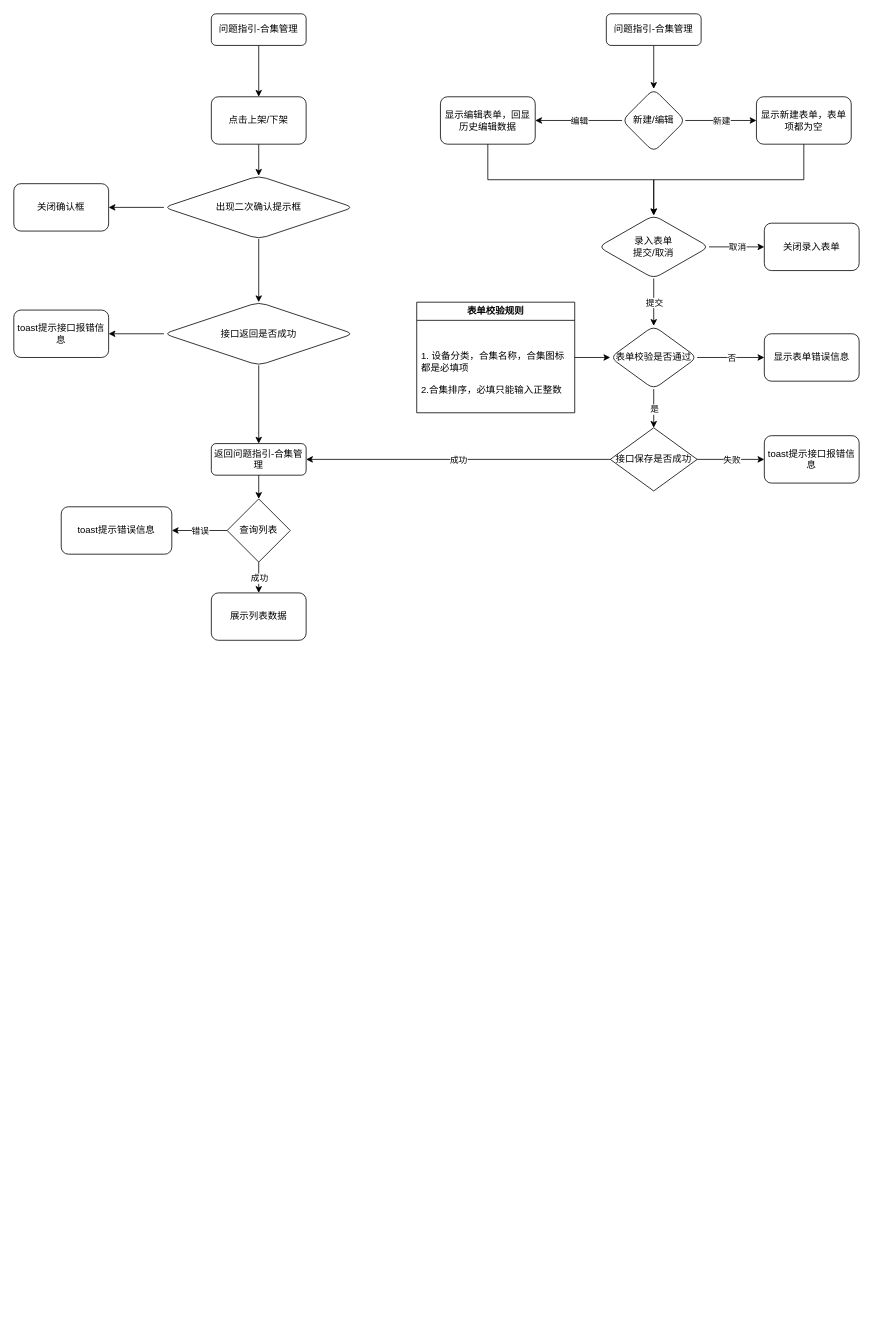
The draw.io diagram 问题指引.drawio in BwinYang/bwinyang, before the edit. Source tidied: cells renumbered, new cells numbered last; positions are measured from the earlier drawing's top-left corner, leaving out a move shared by most shapes. Both pictures are drawn from the tidied source at 79%, with x=0, y=0 at pixel (13, 13).
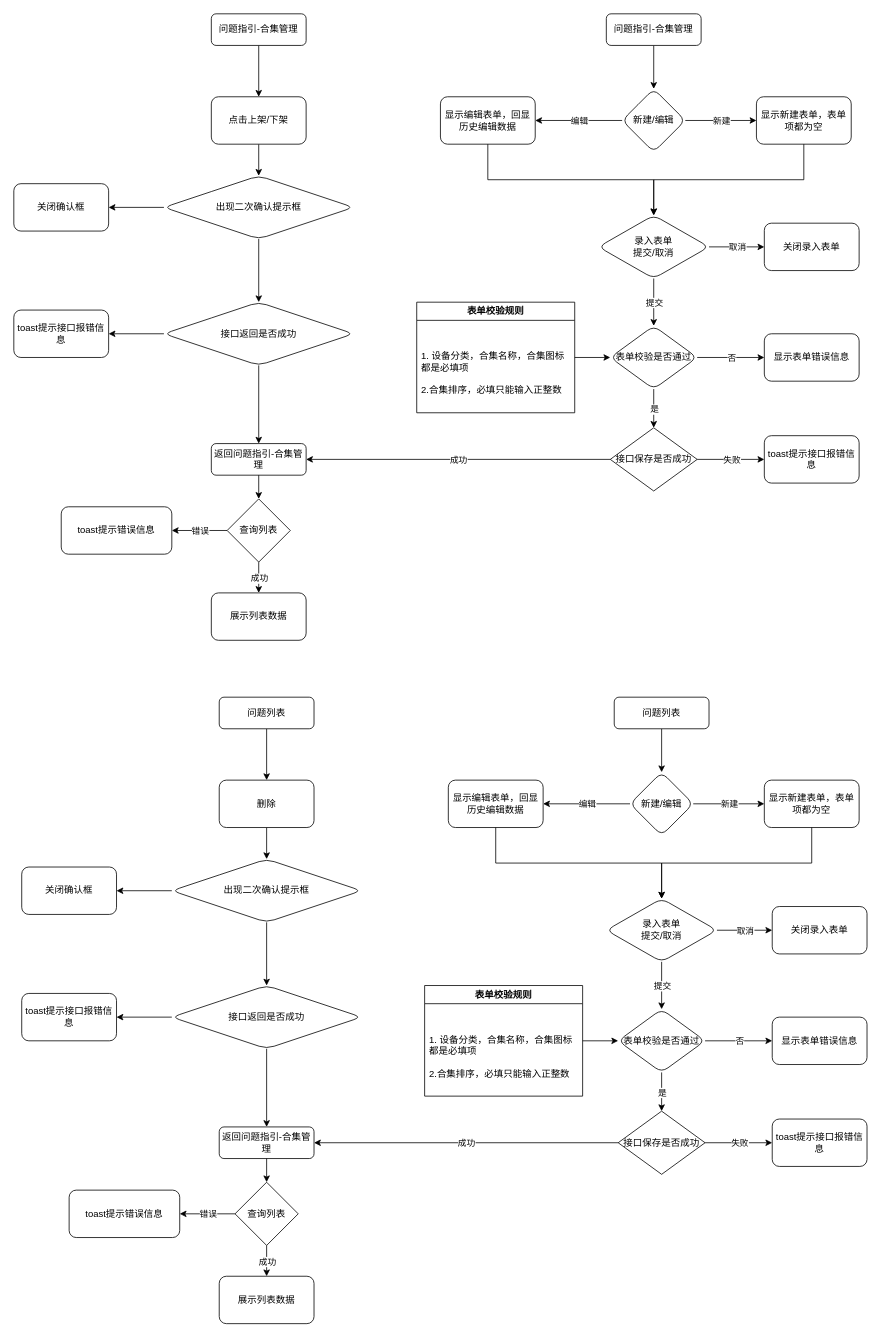
Above is the later version.

Commit message (it also covers changes not shown here):
更新问题指引.drawio

The edit, as a diff of the source:
```diff
@@
+    <mxCell id="55" style="edgeStyle=orthogonalEdgeStyle;rounded=0;jettySize=auto;html=1;exitX=0.5;exitY=1;exitDx=0;exitDy=0;" parent="1" edge="1" source="58" target="56">
+      <mxGeometry relative="1" as="geometry" />
+    </mxCell>
+    <mxCell id="56" value="新建/编辑" style="rhombus;whiteSpace=wrap;html=1;rounded=1;glass=0;strokeWidth=1;shadow=0;" parent="1" vertex="1">
+      <mxGeometry x="780" y="960" width="80" height="80" as="geometry" />
+    </mxCell>
+    <mxCell id="57" value="显示新建表单，表单项都为空" style="rounded=1;whiteSpace=wrap;html=1;glass=0;strokeWidth=1;shadow=0;" parent="1" vertex="1">
+      <mxGeometry x="950" y="970" width="120" height="60" as="geometry" />
+    </mxCell>
+    <mxCell id="58" value="问题列表" style="rounded=1;whiteSpace=wrap;html=1;fontSize=12;glass=0;strokeWidth=1;shadow=0;" parent="1" vertex="1">
+      <mxGeometry x="760" y="865" width="120" height="40" as="geometry" />
+    </mxCell>
+    <mxCell id="59" value="显示编辑表单，回显历史编辑数据" style="rounded=1;whiteSpace=wrap;html=1;glass=0;strokeWidth=1;shadow=0;" parent="1" vertex="1">
+      <mxGeometry x="550" y="970" width="120" height="60" as="geometry" />
+    </mxCell>
+    <mxCell id="60" value="录入表单&lt;br&gt;提交/取消" style="rhombus;whiteSpace=wrap;html=1;rounded=1;glass=0;strokeWidth=1;shadow=0;" parent="1" vertex="1">
+      <mxGeometry x="750" y="1120" width="140" height="80" as="geometry" />
+    </mxCell>
+    <mxCell id="61" value="表单校验是否通过" style="rhombus;whiteSpace=wrap;html=1;rounded=1;glass=0;strokeWidth=1;shadow=0;" parent="1" vertex="1">
+      <mxGeometry x="765" y="1260" width="110" height="80" as="geometry" />
+    </mxCell>
+    <mxCell id="62" value="接口保存是否成功" style="rhombus;whiteSpace=wrap;html=1;" parent="1" vertex="1">
+      <mxGeometry x="765" y="1389" width="110" height="80" as="geometry" />
+    </mxCell>
+    <mxCell id="63" value="关闭录入表单" style="whiteSpace=wrap;html=1;rounded=1;glass=0;strokeWidth=1;shadow=0;" parent="1" vertex="1">
+      <mxGeometry x="960" y="1130" width="120" height="60" as="geometry" />
+    </mxCell>
+    <mxCell id="64" value="显示表单错误信息" style="whiteSpace=wrap;html=1;rounded=1;glass=0;strokeWidth=1;shadow=0;" parent="1" vertex="1">
+      <mxGeometry x="960" y="1270" width="120" height="60" as="geometry" />
+    </mxCell>
+    <mxCell id="65" value="toast提示接口报错信息" style="rounded=1;whiteSpace=wrap;html=1;" parent="1" vertex="1">
+      <mxGeometry x="960" y="1399" width="120" height="60" as="geometry" />
+    </mxCell>
+    <mxCell id="66" value="返回问题指引-合集管理" style="rounded=1;whiteSpace=wrap;html=1;fontSize=12;glass=0;strokeWidth=1;shadow=0;" parent="1" vertex="1">
+      <mxGeometry x="260" y="1409" width="120" height="40" as="geometry" />
+    </mxCell>
+    <mxCell id="67" style="endArrow=classic;html=1;rounded=0;entryX=0.5;entryY=0;entryDx=0;entryDy=0;exitX=0.5;exitY=1;exitDx=0;exitDy=0;" parent="1" edge="1" source="66" target="68">
+      <mxGeometry relative="1" as="geometry" />
+    </mxCell>
+    <mxCell id="68" value="查询列表" style="rhombus;whiteSpace=wrap;html=1;" parent="1" vertex="1">
+      <mxGeometry x="280" y="1479" width="80" height="80" as="geometry" />
+    </mxCell>
+    <mxCell id="69" value="toast提示错误信息" style="whiteSpace=wrap;html=1;rounded=1;" parent="1" vertex="1">
+      <mxGeometry x="70" y="1489" width="140" height="60" as="geometry" />
+    </mxCell>
+    <mxCell id="70" value="展示列表数据" style="rounded=1;whiteSpace=wrap;html=1;" parent="1" vertex="1">
+      <mxGeometry x="260" y="1598" width="120" height="60" as="geometry" />
+    </mxCell>
+    <mxCell id="71" style="endArrow=classic;html=1;rounded=0;edgeStyle=orthogonalEdgeStyle;exitX=0;exitY=0.5;exitDx=0;exitDy=0;entryX=1;entryY=0.5;entryDx=0;entryDy=0;" parent="1" edge="1" source="68" target="69">
+      <mxGeometry relative="1" as="geometry" />
+    </mxCell>
+    <mxCell id="72" value="错误" style="edgeLabel;html=1;align=center;verticalAlign=middle;" parent="71" vertex="1">
+      <mxGeometry relative="1" as="geometry" />
+    </mxCell>
+    <mxCell id="73" style="endArrow=classic;html=1;rounded=0;edgeStyle=orthogonalEdgeStyle;exitX=0.5;exitY=1;exitDx=0;exitDy=0;entryX=0.5;entryY=0;entryDx=0;entryDy=0;" parent="1" edge="1" source="68" target="70">
+      <mxGeometry relative="1" as="geometry" />
+    </mxCell>
+    <mxCell id="74" value="成功" style="edgeLabel;html=1;align=center;verticalAlign=middle;" parent="73" vertex="1">
+      <mxGeometry relative="1" as="geometry" />
+    </mxCell>
+    <mxCell id="75" style="endArrow=classic;html=1;rounded=0;edgeStyle=orthogonalEdgeStyle;exitX=0;exitY=0.5;exitDx=0;exitDy=0;entryX=1;entryY=0.5;entryDx=0;entryDy=0;" parent="1" edge="1" source="56" target="59">
+      <mxGeometry relative="1" as="geometry" />
+    </mxCell>
+    <mxCell id="76" value="编辑" style="edgeLabel;html=1;align=center;verticalAlign=middle;" parent="75" vertex="1">
+      <mxGeometry relative="1" as="geometry" />
+    </mxCell>
+    <mxCell id="77" style="endArrow=classic;html=1;rounded=0;edgeStyle=orthogonalEdgeStyle;exitX=0.5;exitY=1;exitDx=0;exitDy=0;entryX=0.5;entryY=0;entryDx=0;entryDy=0;" parent="1" edge="1" source="59" target="60">
+      <mxGeometry relative="1" as="geometry" />
+    </mxCell>
+    <mxCell id="78" style="endArrow=classic;html=1;rounded=0;edgeStyle=orthogonalEdgeStyle;exitX=1;exitY=0.5;exitDx=0;exitDy=0;entryX=0;entryY=0.5;entryDx=0;entryDy=0;" parent="1" edge="1" source="62" target="65">
+      <mxGeometry relative="1" as="geometry" />
+    </mxCell>
+    <mxCell id="79" value="失败" style="edgeLabel;html=1;align=center;verticalAlign=middle;" parent="78" vertex="1">
+      <mxGeometry relative="1" as="geometry" />
+    </mxCell>
+    <mxCell id="80" style="endArrow=classic;html=1;rounded=0;edgeStyle=orthogonalEdgeStyle;exitX=1;exitY=0.5;exitDx=0;exitDy=0;entryX=0;entryY=0.5;entryDx=0;entryDy=0;" parent="1" edge="1" source="61" target="64">
+      <mxGeometry relative="1" as="geometry" />
+    </mxCell>
+    <mxCell id="81" value="否" style="edgeLabel;html=1;align=center;verticalAlign=middle;" parent="80" vertex="1">
+      <mxGeometry relative="1" as="geometry" />
+    </mxCell>
+    <mxCell id="82" style="endArrow=classic;html=1;rounded=0;edgeStyle=orthogonalEdgeStyle;exitX=1;exitY=0.5;exitDx=0;exitDy=0;entryX=0;entryY=0.5;entryDx=0;entryDy=0;" parent="1" edge="1" source="60" target="63">
+      <mxGeometry relative="1" as="geometry" />
+    </mxCell>
+    <mxCell id="83" value="取消" style="edgeLabel;html=1;align=center;verticalAlign=middle;" parent="82" vertex="1">
+      <mxGeometry relative="1" as="geometry" />
+    </mxCell>
+    <mxCell id="84" style="endArrow=classic;html=1;rounded=0;edgeStyle=orthogonalEdgeStyle;exitX=1;exitY=0.5;exitDx=0;exitDy=0;entryX=0;entryY=0.5;entryDx=0;entryDy=0;" parent="1" edge="1" source="56" target="57">
+      <mxGeometry relative="1" as="geometry" />
+    </mxCell>
+    <mxCell id="85" value="新建" style="edgeLabel;html=1;align=center;verticalAlign=middle;" parent="84" vertex="1">
+      <mxGeometry relative="1" as="geometry" />
+    </mxCell>
+    <mxCell id="86" style="endArrow=classic;html=1;rounded=0;edgeStyle=orthogonalEdgeStyle;exitX=0.5;exitY=1;exitDx=0;exitDy=0;entryX=0.5;entryY=0;entryDx=0;entryDy=0;" parent="1" edge="1" source="57" target="60">
+      <mxGeometry relative="1" as="geometry">
+        <Array as="points">
+          <mxPoint x="1010" y="1075" />
+          <mxPoint x="820" y="1075" />
+        </Array>
+      </mxGeometry>
+    </mxCell>
+    <mxCell id="87" style="endArrow=classic;html=1;rounded=0;edgeStyle=orthogonalEdgeStyle;exitX=0.5;exitY=1;exitDx=0;exitDy=0;entryX=0.5;entryY=0;entryDx=0;entryDy=0;" parent="1" edge="1" source="60" target="61">
+      <mxGeometry relative="1" as="geometry" />
+    </mxCell>
+    <mxCell id="88" value="提交" style="edgeLabel;html=1;align=center;verticalAlign=middle;" parent="87" vertex="1">
+      <mxGeometry relative="1" as="geometry" />
+    </mxCell>
+    <mxCell id="89" style="endArrow=classic;html=1;rounded=0;edgeStyle=orthogonalEdgeStyle;exitX=0.5;exitY=1;exitDx=0;exitDy=0;entryX=0.5;entryY=0;entryDx=0;entryDy=0;" parent="1" edge="1" source="61" target="62">
+      <mxGeometry relative="1" as="geometry" />
+    </mxCell>
+    <mxCell id="90" value="是" style="edgeLabel;html=1;align=center;verticalAlign=middle;" parent="89" vertex="1">
+      <mxGeometry relative="1" as="geometry" />
+    </mxCell>
+    <mxCell id="91" style="endArrow=classic;html=1;rounded=0;edgeStyle=orthogonalEdgeStyle;exitX=0;exitY=0.5;exitDx=0;exitDy=0;entryX=1;entryY=0.5;entryDx=0;entryDy=0;" parent="1" edge="1" source="62" target="66">
+      <mxGeometry relative="1" as="geometry" />
+    </mxCell>
+    <mxCell id="92" value="成功" style="edgeLabel;html=1;align=center;verticalAlign=middle;" parent="91" vertex="1">
+      <mxGeometry relative="1" as="geometry" />
+    </mxCell>
+    <mxCell id="93" style="edgeStyle=orthogonalEdgeStyle;rounded=0;jettySize=auto;html=1;" parent="1" edge="1" source="94" target="96">
+      <mxGeometry relative="1" as="geometry" />
+    </mxCell>
+    <mxCell id="94" value="问题列表" style="rounded=1;whiteSpace=wrap;html=1;fontSize=12;glass=0;strokeWidth=1;shadow=0;" parent="1" vertex="1">
+      <mxGeometry x="260" y="865" width="120" height="40" as="geometry" />
+    </mxCell>
+    <mxCell id="95" style="edgeStyle=orthogonalEdgeStyle;rounded=0;jettySize=auto;html=1;" parent="1" edge="1" source="96" target="99">
+      <mxGeometry relative="1" as="geometry" />
+    </mxCell>
+    <mxCell id="96" value="删除" style="whiteSpace=wrap;html=1;rounded=1;glass=0;strokeWidth=1;shadow=0;" parent="1" vertex="1">
+      <mxGeometry x="260" y="970" width="120" height="60" as="geometry" />
+    </mxCell>
+    <mxCell id="97" style="edgeStyle=orthogonalEdgeStyle;rounded=0;jettySize=auto;html=1;" parent="1" edge="1" source="99" target="100">
+      <mxGeometry relative="1" as="geometry" />
+    </mxCell>
+    <mxCell id="98" style="edgeStyle=orthogonalEdgeStyle;rounded=0;jettySize=auto;html=1;" parent="1" edge="1" source="99" target="103">
+      <mxGeometry relative="1" as="geometry" />
+    </mxCell>
+    <mxCell id="99" value="出现二次确认提示框" style="rhombus;whiteSpace=wrap;html=1;rounded=1;glass=0;strokeWidth=1;shadow=0;" parent="1" vertex="1">
+      <mxGeometry x="200" y="1070" width="240" height="80" as="geometry" />
+    </mxCell>
+    <mxCell id="100" value="关闭确认框" style="whiteSpace=wrap;html=1;rounded=1;glass=0;strokeWidth=1;shadow=0;" parent="1" vertex="1">
+      <mxGeometry x="10" y="1080" width="120" height="60" as="geometry" />
+    </mxCell>
+    <mxCell id="101" style="edgeStyle=orthogonalEdgeStyle;rounded=0;jettySize=auto;html=1;" parent="1" edge="1" source="103" target="104">
+      <mxGeometry relative="1" as="geometry" />
+    </mxCell>
+    <mxCell id="102" style="edgeStyle=orthogonalEdgeStyle;rounded=0;jettySize=auto;html=1;entryX=0.5;entryY=0;entryDx=0;entryDy=0;" parent="1" edge="1" source="103" target="66">
+      <mxGeometry relative="1" as="geometry" />
+    </mxCell>
+    <mxCell id="103" value="接口返回是否成功" style="rhombus;whiteSpace=wrap;html=1;rounded=1;glass=0;strokeWidth=1;shadow=0;" parent="1" vertex="1">
+      <mxGeometry x="200" y="1230" width="240" height="80" as="geometry" />
+    </mxCell>
+    <mxCell id="104" value="toast提示接口报错信息" style="rounded=1;whiteSpace=wrap;html=1;" parent="1" vertex="1">
+      <mxGeometry x="10" y="1240" width="120" height="60" as="geometry" />
+    </mxCell>
+    <mxCell id="105" style="edgeStyle=orthogonalEdgeStyle;rounded=0;jettySize=auto;html=1;" parent="1" edge="1" source="106" target="61">
+      <mxGeometry relative="1" as="geometry" />
+    </mxCell>
+    <mxCell id="106" value="表单校验规则" style="swimlane;whiteSpace=wrap;html=1;" parent="1" vertex="1">
+      <mxGeometry x="520" y="1230" width="200" height="140" as="geometry" />
+    </mxCell>
+    <mxCell id="107" value="&lt;div&gt;&lt;/div&gt;1. 设备分类，合集名称，合集图标都是必填项&lt;br&gt;&lt;br&gt;2.合集排序，必填只能输入正整数" style="text;strokeColor=none;fillColor=none;align=left;verticalAlign=middle;spacingLeft=4;spacingRight=4;overflow=hidden;whiteSpace=wrap;html=1;" parent="106" vertex="1">
+      <mxGeometry y="40" width="200" height="100" as="geometry" />
+    </mxCell>
```
